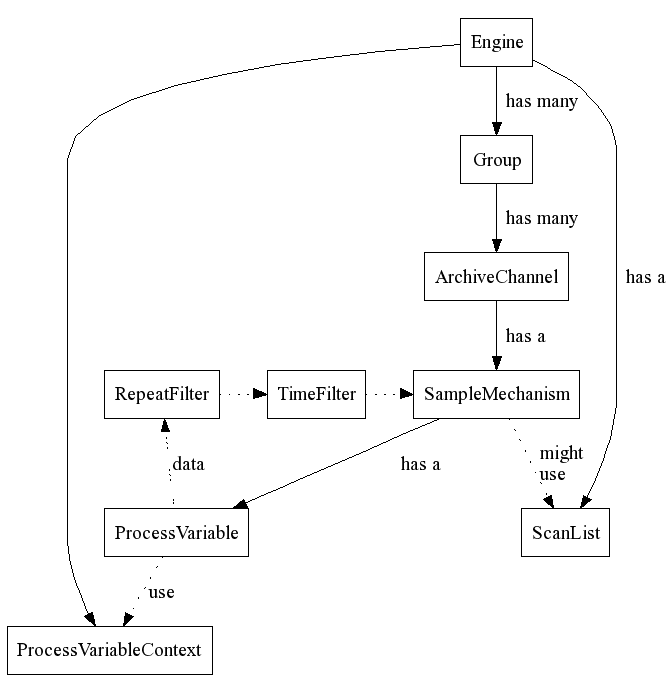
Before: manual/engine_api.png, a diagram exported from Graphviz (epics-extensions/ChannelArchiver). Its source is kept beside it as manual/engine_api.dot.
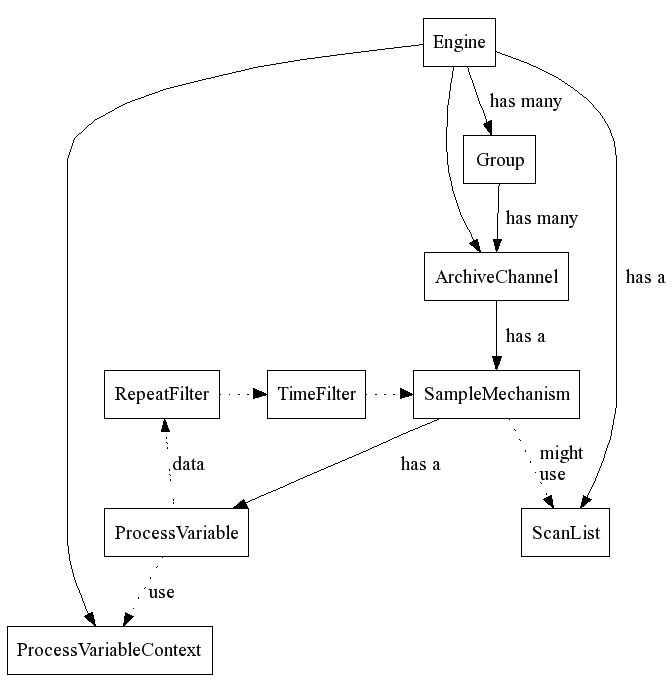
After the commit.

Change to the diagram source:
```diff
@@ -14,6 +14,7 @@
 
     ArchiveChannel [ shape=box ];
     Group -> ArchiveChannel [ label="  has many" ];
+    Engine -> ArchiveChannel;
 
     SampleMechanism [ shape=box ];
     ArchiveChannel -> SampleMechanism [ label="  has a" ];
```
